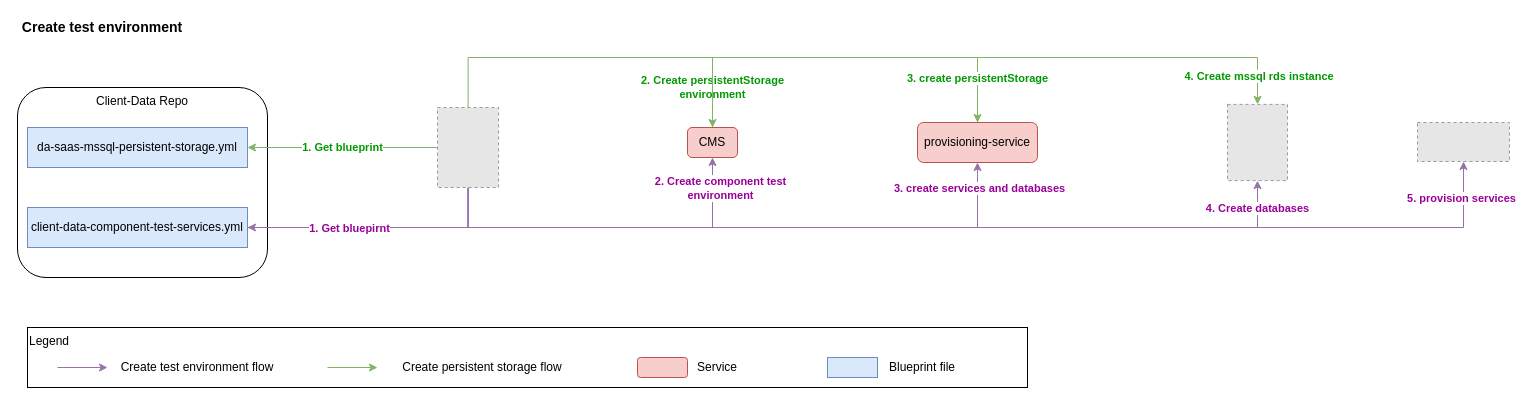
Earlier version of the draw.io diagram Client-Data-CucumberTest.drawio (cjjian/Diagram). Source tidied: cells renumbered, new cells numbered last; positions are measured from the earlier drawing's top-left corner, leaving out a move shared by most shapes. Both pictures are drawn from the tidied source at 100%, with x=0, y=0 at pixel (17, 17). Pictures stored in the file or linked from it are replaced by grey dashed boxes.
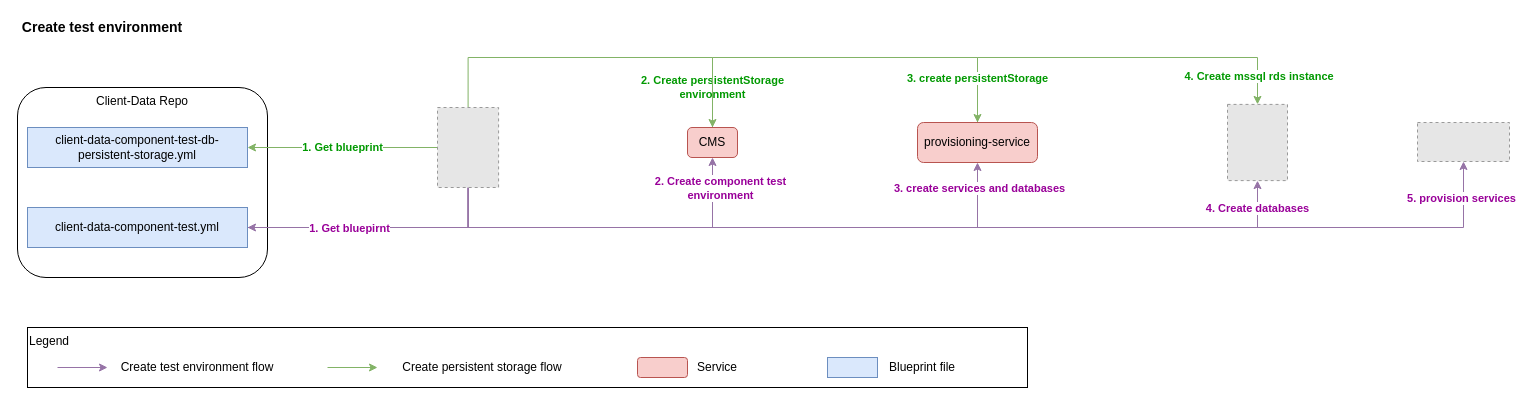
Above is the later version.

The edit, as a diff of the source:
```diff
@@
-    <mxCell id="4" value="da-saas-mssql-persistent-storage.yml" style="rounded=0;whiteSpace=wrap;html=1;fillColor=#dae8fc;strokeColor=#6c8ebf;" parent="1" vertex="1">
+    <mxCell id="4" value="client-data-component-test-db-persistent-storage.yml" style="rounded=0;whiteSpace=wrap;html=1;fillColor=#dae8fc;strokeColor=#6c8ebf;" parent="1" vertex="1">
       <mxGeometry x="10" y="110" width="220" height="40" as="geometry" />
     </mxCell>
@@
-    <mxCell id="7" value="client-data-component-test-services.yml" style="rounded=0;whiteSpace=wrap;html=1;fillColor=#dae8fc;strokeColor=#6c8ebf;" parent="1" vertex="1">
+    <mxCell id="7" value="client-data-component-test.yml" style="rounded=0;whiteSpace=wrap;html=1;fillColor=#dae8fc;strokeColor=#6c8ebf;" parent="1" vertex="1">
       <mxGeometry x="10" y="190" width="220" height="40" as="geometry" />
     </mxCell>
```
